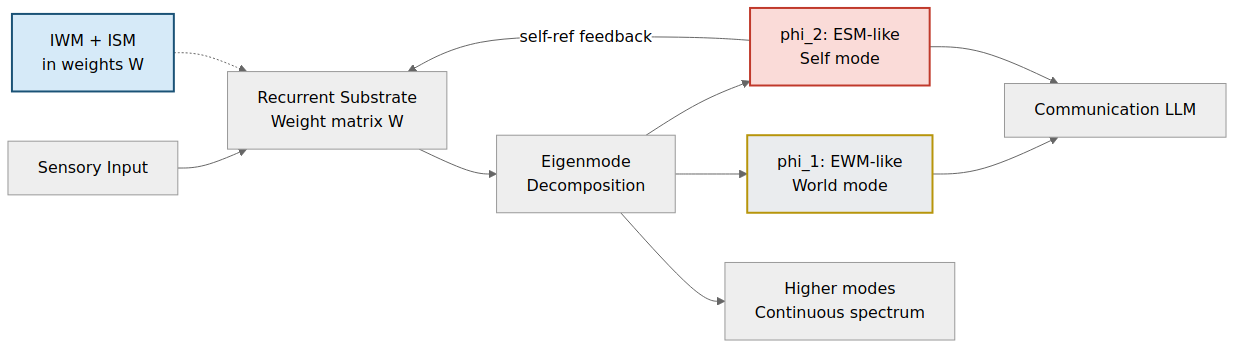
The Mermaid diagram docs/engineering/designs/pdf/png/design-11-simple.png in JeltzProstetnic/aIware, before a commit. Its source is kept beside it as docs/engineering/designs/pdf/mmd/design-11-simple.mmd. Its diagram source:
```mermaid
graph LR
    SENS[Sensory Input] --> SUB[Recurrent Substrate<br/>Weight matrix W]
    SUB --> DECOMP[Eigenmode<br/>Decomposition]
    DECOMP --> EWM[phi_1: EWM-like<br/>World mode]
    DECOMP --> ESM[phi_2: ESM-like<br/>Self mode]
    DECOMP --> HIGHER[Higher modes<br/>Continuous spectrum]
    ESM -->|self-ref feedback| SUB
    EWM --> COMM[Communication LLM]
    ESM --> COMM
    IWM[IWM + ISM<br/>in weights W] -.-> SUB
    style IWM fill:#D6EAF8,stroke:#1A5276,stroke-width:2px
    style EWM fill:#EAECEE,stroke:#B7950B,stroke-width:2px
    style ESM fill:#FADBD8,stroke:#C0392B,stroke-width:2px
```
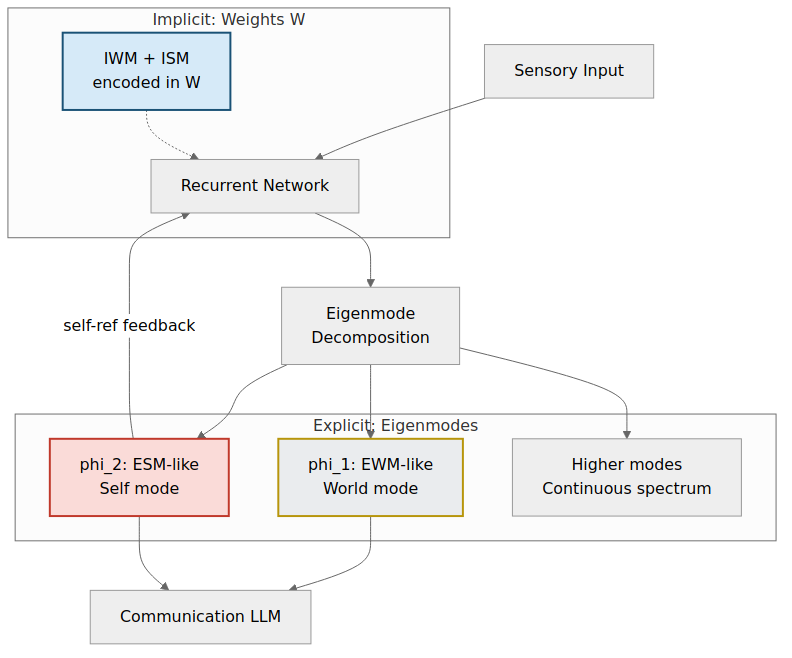
Later version of the same file.

The edit, as a diff of the source:
```diff
@@ -1,13 +1,22 @@
-graph LR
-    SENS[Sensory Input] --> SUB[Recurrent Substrate<br/>Weight matrix W]
-    SUB --> DECOMP[Eigenmode<br/>Decomposition]
-    DECOMP --> EWM[phi_1: EWM-like<br/>World mode]
-    DECOMP --> ESM[phi_2: ESM-like<br/>Self mode]
-    DECOMP --> HIGHER[Higher modes<br/>Continuous spectrum]
+graph TD
+    SENS[Sensory Input] --> SUB
+    subgraph IMPL["Implicit: Weights W"]
+        SUB["Recurrent Network"]
+        IWM["IWM + ISM<br/>encoded in W"]
+    end
+    IWM -.-> SUB
+    SUB --> DECOMP["Eigenmode<br/>Decomposition"]
+    subgraph EXPL["Explicit: Eigenmodes"]
+        EWM["phi_1: EWM-like<br/>World mode"]
+        ESM["phi_2: ESM-like<br/>Self mode"]
+        HIGHER["Higher modes<br/>Continuous spectrum"]
+    end
+    DECOMP --> EWM
+    DECOMP --> ESM
+    DECOMP --> HIGHER
     ESM -->|self-ref feedback| SUB
     EWM --> COMM[Communication LLM]
     ESM --> COMM
-    IWM[IWM + ISM<br/>in weights W] -.-> SUB
     style IWM fill:#D6EAF8,stroke:#1A5276,stroke-width:2px
     style EWM fill:#EAECEE,stroke:#B7950B,stroke-width:2px
     style ESM fill:#FADBD8,stroke:#C0392B,stroke-width:2px
```
